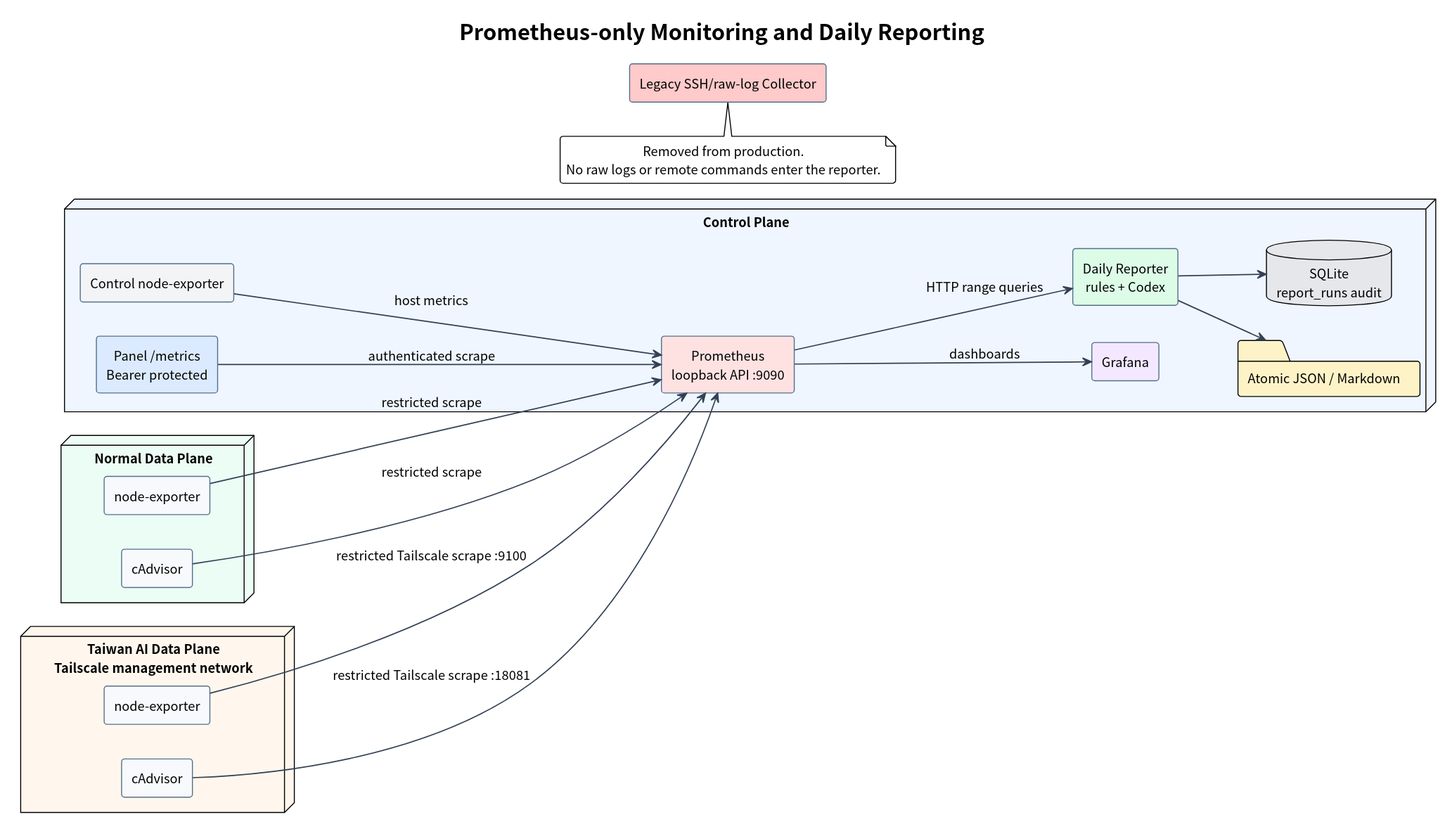
This is docs/ops-reporting/diagrams/monitoring-reporting.svg from i-zrhe2016/ai-routing-panel, a PlantUML export, as it was before one commit.
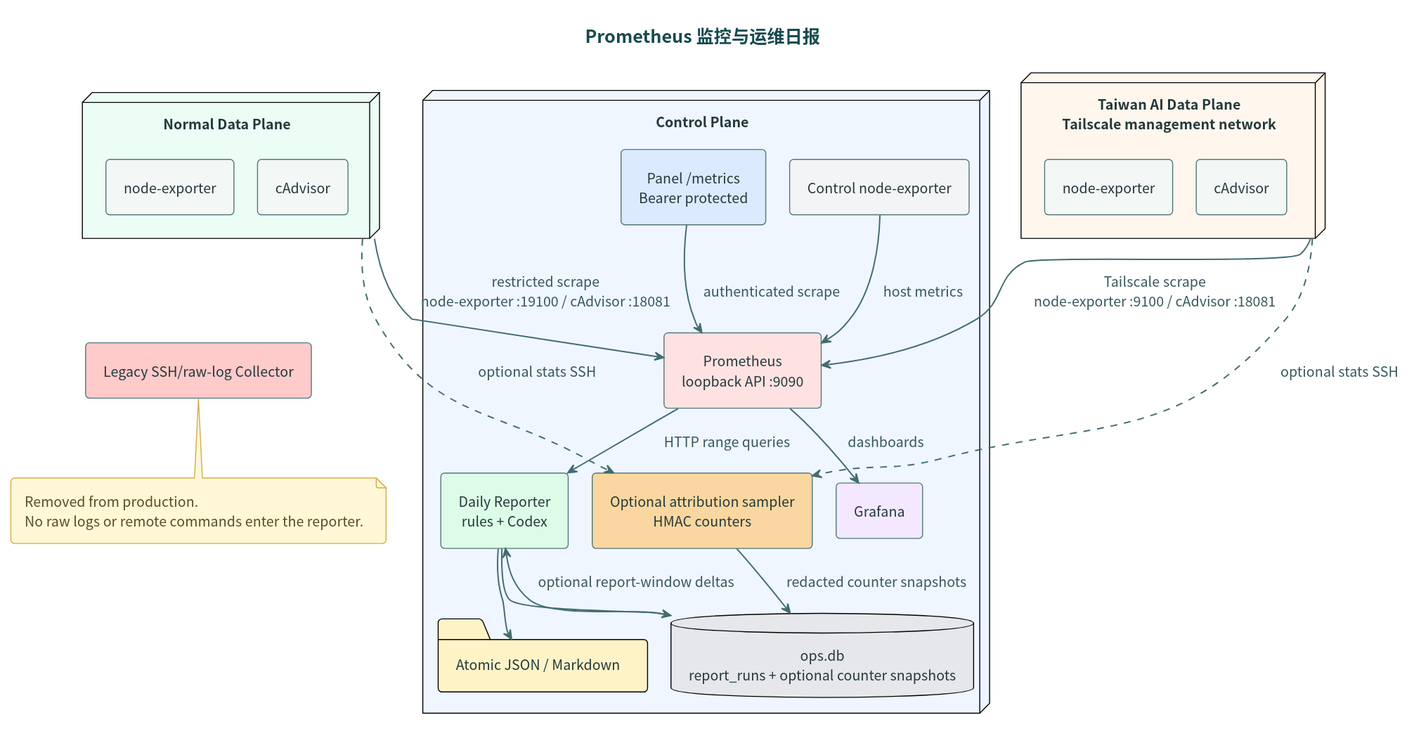
Above is the later version.

The edit, as a diff of the source:
```diff
@@ -1,8 +1,8 @@
 @startuml
 !include ../../diagrams/style.iuml
-left to right direction
+top to bottom direction
 
-title Prometheus-only Monitoring and Daily Reporting
+title Prometheus 监控与运维日报
 
 node "Control Plane" as control #EFF6FF {
   component "Panel /metrics\nBearer protected" as panelMetrics #DBEAFE
@@ -10,8 +10,9 @@
   component "Prometheus\nloopback API :9090" as prometheus #FEE2E2
   component "Grafana" as grafana #F3E8FF
   component "Daily Reporter\nrules + Codex" as reporter #DCFCE7
+  component "Optional attribution sampler\nHMAC counters" as sampler #FAD7A0
   folder "Atomic JSON / Markdown" as reportFiles #FEF3C7
-  database "SQLite\nreport_runs audit" as audit #E5E7EB
+  database "ops.db\nreport_runs + optional counter snapshots" as audit #E5E7EB
 }
 
 node "Normal Data Plane" as normal #ECFDF5 {
@@ -26,14 +27,16 @@
 
 panelMetrics --> prometheus : authenticated scrape
 controlExporter --> prometheus : host metrics
-normalNode --> prometheus : restricted scrape
-normalCadvisor --> prometheus : restricted scrape
-aiNode --> prometheus : restricted Tailscale scrape :9100
-aiCadvisor --> prometheus : restricted Tailscale scrape :18081
+normal --> prometheus : restricted scrape\nnode-exporter :19100 / cAdvisor :18081
+ai --> prometheus : Tailscale scrape\nnode-exporter :9100 / cAdvisor :18081
+normal ..> sampler : optional stats SSH
+ai ..> sampler : optional stats SSH
 prometheus --> grafana : dashboards
 prometheus --> reporter : HTTP range queries
 reporter --> reportFiles
 reporter --> audit
+sampler --> audit : redacted counter snapshots
+audit --> reporter : optional report-window deltas
 
 component "Legacy SSH/raw-log Collector" as legacy #FECACA
 legacy -[hidden]-> reporter
```
